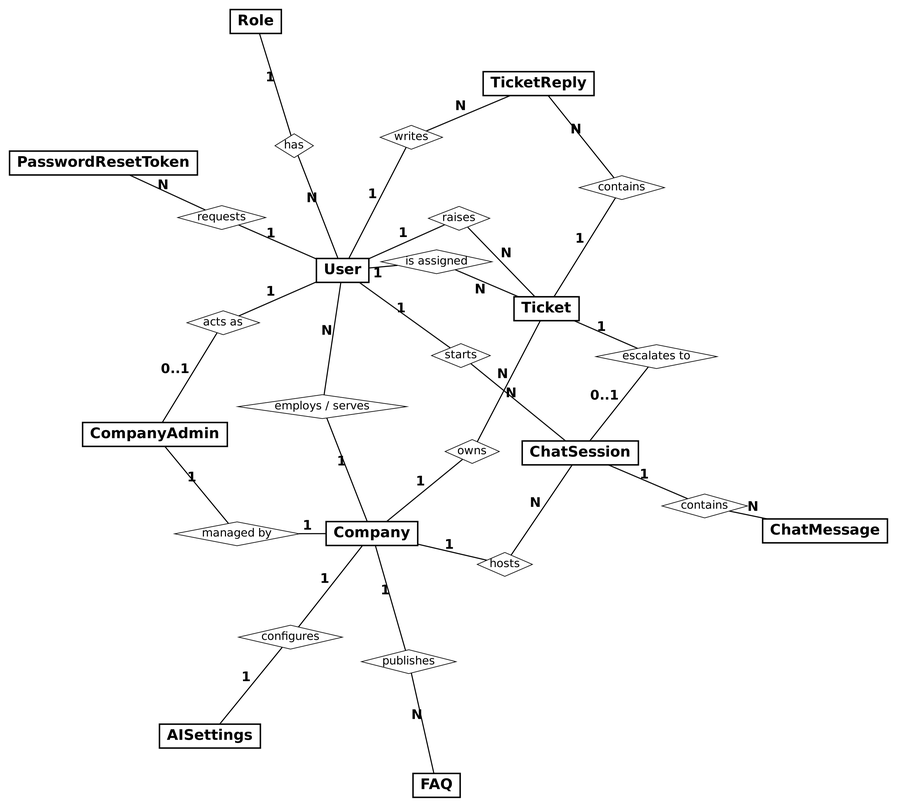
This is docs/database/erd-conceptual.png from skr2rathishan-oss/Ai-powered-Customer-Support-Platform, a Graphviz export, as it was before one commit. Its source is kept beside it as docs/database/erd-conceptual.dot. The source it was exported from:
```dot
graph C {
graph [layout=neato, overlap=false, sep="+8", start=7, splines=true, fontname="Helvetica", bgcolor="white", pad=0.2];
node [fontname="Helvetica-Bold", fontsize=22, fontcolor="black", color="black"];
edge [color="black", fontname="Helvetica-Bold", fontsize=20, fontcolor="black", penwidth=1.6];
Role [shape=box, style=bold, penwidth=2.2, label="Role", margin="0.15,0.08"];
User [shape=box, style=bold, penwidth=2.2, label="User", margin="0.15,0.08"];
Company [shape=box, style=bold, penwidth=2.2, label="Company", margin="0.15,0.08"];
CompanyAdmin [shape=box, style=bold, penwidth=2.2, label="CompanyAdmin", margin="0.15,0.08"];
PasswordResetToken [shape=box, style=bold, penwidth=2.2, label="PasswordResetToken", margin="0.15,0.08"];
Ticket [shape=box, style=bold, penwidth=2.2, label="Ticket", margin="0.15,0.08"];
TicketReply [shape=box, style=bold, penwidth=2.2, label="TicketReply", margin="0.15,0.08"];
FAQ [shape=box, style=bold, penwidth=2.2, label="FAQ", margin="0.15,0.08"];
AISettings [shape=box, style=bold, penwidth=2.2, label="AISettings", margin="0.15,0.08"];
ChatSession [shape=box, style=bold, penwidth=2.2, label="ChatSession", margin="0.15,0.08"];
ChatMessage [shape=box, style=bold, penwidth=2.2, label="ChatMessage", margin="0.15,0.08"];
r0 [shape=diamond, label="has", fontsize=17, fontname="Helvetica", margin="0.02,0.02"];
Role -- r0 [label="1"];
r0 -- User [label="N"];
r1 [shape=diamond, label="employs / serves", fontsize=17, fontname="Helvetica", margin="0.02,0.02"];
Company -- r1 [label="1"];
r1 -- User [label="N"];
r2 [shape=diamond, label="managed by", fontsize=17, fontname="Helvetica", margin="0.02,0.02"];
Company -- r2 [label="1"];
r2 -- CompanyAdmin [label="1"];
r3 [shape=diamond, label="acts as", fontsize=17, fontname="Helvetica", margin="0.02,0.02"];
User -- r3 [label="1"];
r3 -- CompanyAdmin [label="0..1"];
r4 [shape=diamond, label="requests", fontsize=17, fontname="Helvetica", margin="0.02,0.02"];
User -- r4 [label="1"];
r4 -- PasswordResetToken [label="N"];
r5 [shape=diamond, label="owns", fontsize=17, fontname="Helvetica", margin="0.02,0.02"];
Company -- r5 [label="1"];
r5 -- Ticket [label="N"];
r6 [shape=diamond, label="raises", fontsize=17, fontname="Helvetica", margin="0.02,0.02"];
User -- r6 [label="1"];
r6 -- Ticket [label="N"];
r7 [shape=diamond, label="is assigned", fontsize=17, fontname="Helvetica", margin="0.02,0.02"];
User -- r7 [label="1"];
r7 -- Ticket [label="N"];
r8 [shape=diamond, label="contains", fontsize=17, fontname="Helvetica", margin="0.02,0.02"];
Ticket -- r8 [label="1"];
r8 -- TicketReply [label="N"];
r9 [shape=diamond, label="writes", fontsize=17, fontname="Helvetica", margin="0.02,0.02"];
User -- r9 [label="1"];
r9 -- TicketReply [label="N"];
r10 [shape=diamond, label="publishes", fontsize=17, fontname="Helvetica", margin="0.02,0.02"];
Company -- r10 [label="1"];
r10 -- FAQ [label="N"];
r11 [shape=diamond, label="configures", fontsize=17, fontname="Helvetica", margin="0.02,0.02"];
Company -- r11 [label="1"];
r11 -- AISettings [label="1"];
r12 [shape=diamond, label="hosts", fontsize=17, fontname="Helvetica", margin="0.02,0.02"];
Company -- r12 [label="1"];
r12 -- ChatSession [label="N"];
r13 [shape=diamond, label="starts", fontsize=17, fontname="Helvetica", margin="0.02,0.02"];
User -- r13 [label="1"];
r13 -- ChatSession [label="N"];
r14 [shape=diamond, label="escalates to", fontsize=17, fontname="Helvetica", margin="0.02,0.02"];
ChatSession -- r14 [label="0..1"];
r14 -- Ticket [label="1"];
r15 [shape=diamond, label="contains", fontsize=17, fontname="Helvetica", margin="0.02,0.02"];
ChatSession -- r15 [label="1"];
r15 -- ChatMessage [label="N"];
}
```
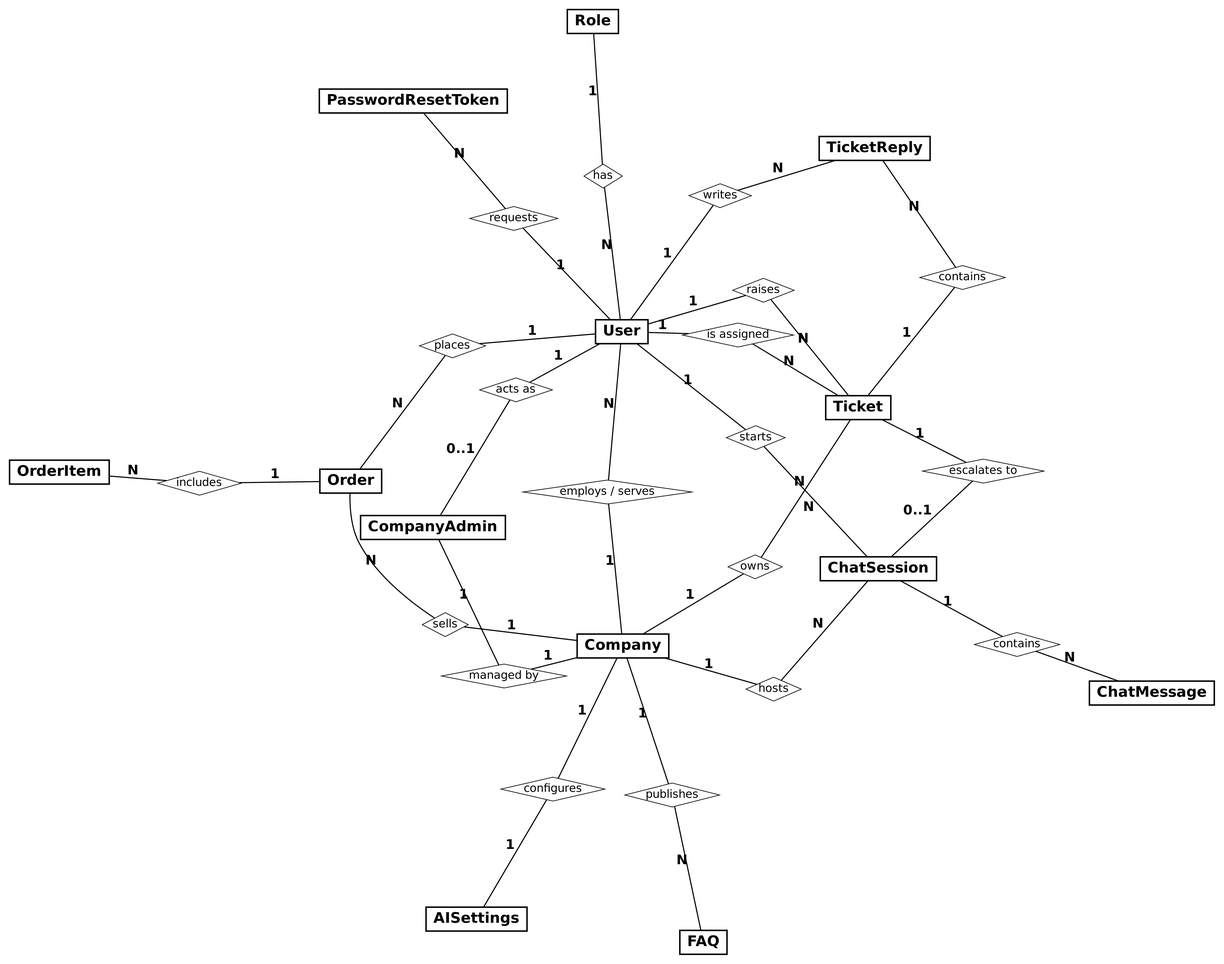
After the commit.

What changed in the source:
```diff
@@ -13,6 +13,8 @@
 AISettings [shape=box, style=bold, penwidth=2.2, label="AISettings", margin="0.15,0.08"];
 ChatSession [shape=box, style=bold, penwidth=2.2, label="ChatSession", margin="0.15,0.08"];
 ChatMessage [shape=box, style=bold, penwidth=2.2, label="ChatMessage", margin="0.15,0.08"];
+Order [shape=box, style=bold, penwidth=2.2, label="Order", margin="0.15,0.08"];
+OrderItem [shape=box, style=bold, penwidth=2.2, label="OrderItem", margin="0.15,0.08"];
 r0 [shape=diamond, label="has", fontsize=17, fontname="Helvetica", margin="0.02,0.02"];
 Role -- r0 [label="1"];
 r0 -- User [label="N"];
@@ -61,4 +63,13 @@
 r15 [shape=diamond, label="contains", fontsize=17, fontname="Helvetica", margin="0.02,0.02"];
 ChatSession -- r15 [label="1"];
 r15 -- ChatMessage [label="N"];
+r16 [shape=diamond, label="sells", fontsize=17, fontname="Helvetica", margin="0.02,0.02"];
+Company -- r16 [label="1"];
+r16 -- Order [label="N"];
+r17 [shape=diamond, label="places", fontsize=17, fontname="Helvetica", margin="0.02,0.02"];
+User -- r17 [label="1"];
+r17 -- Order [label="N"];
+r18 [shape=diamond, label="includes", fontsize=17, fontname="Helvetica", margin="0.02,0.02"];
+Order -- r18 [label="1"];
+r18 -- OrderItem [label="N"];
 }
```
